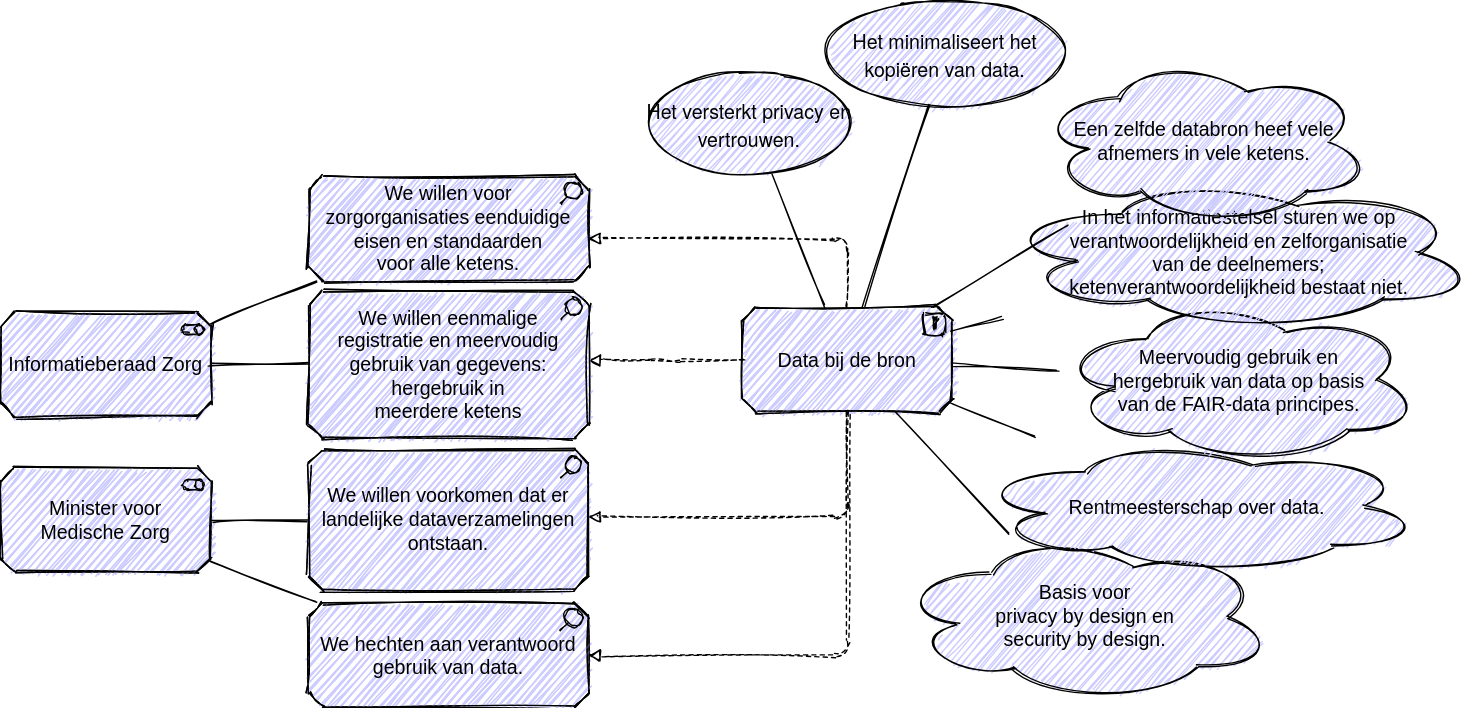
Above: .gitbook/assets/motivation/federateddata.svg in dizra/docs (draw.io), before the change. Source tidied: cells renumbered, new cells last; positions are measured from the earlier drawing's top-left corner, leaving out a move shared by most shapes.
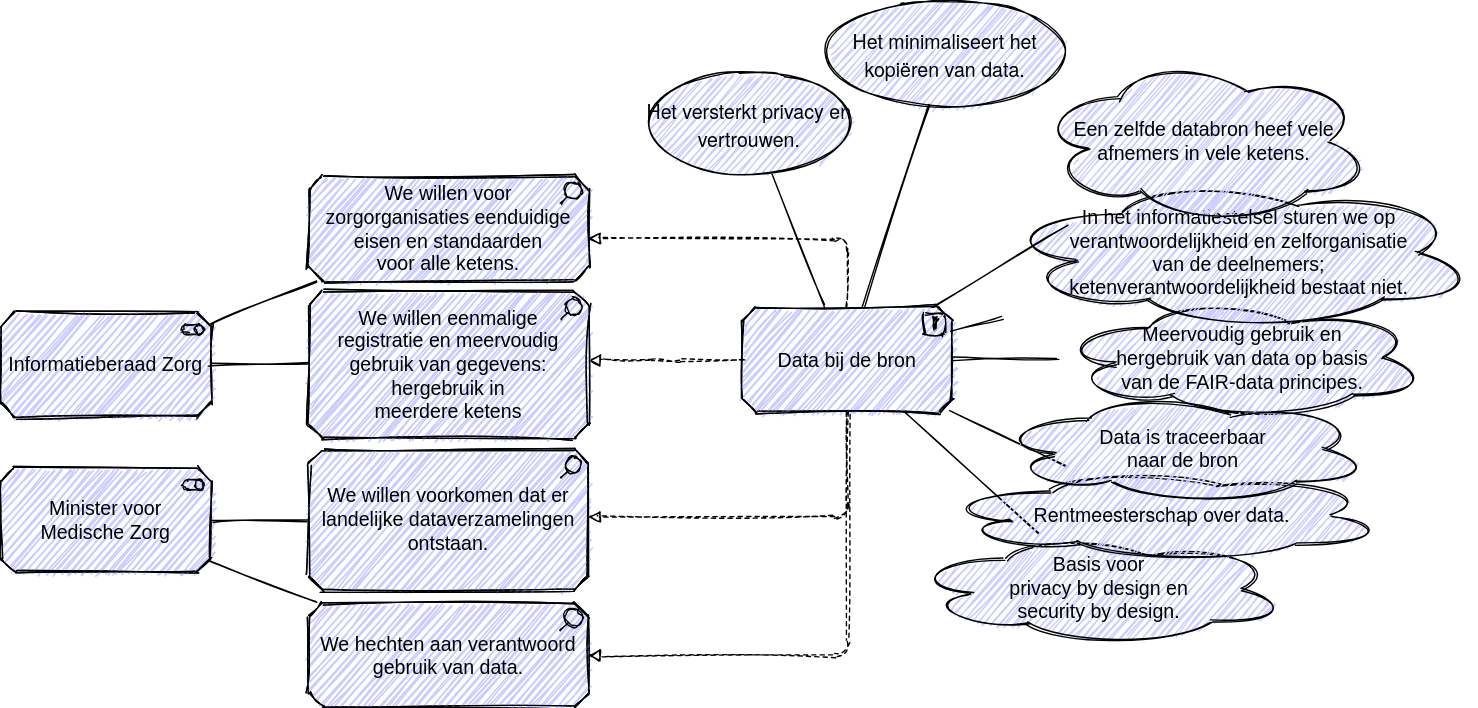
Above is the later version.

The edit, as a diff of the source:
```diff
@@ -12,7 +12,7 @@
       <mxGeometry relative="1" as="geometry" />
     </mxCell>
     <mxCell id="5" value="Basis voor&lt;br style=&quot;font-size: 14px&quot;&gt;privacy by design en &lt;br style=&quot;font-size: 14px&quot;&gt;security by design." style="shape=cloud;html=1;whiteSpace=wrap;fillColor=#CCCCFF;strokeColor=#000000;fontSize=14;fontColor=#000000;sketch=1;" parent="1" vertex="1">
-      <mxGeometry x="640" y="380" width="270" height="120" as="geometry" />
+      <mxGeometry x="650" y="380" width="270" height="80" as="geometry" />
     </mxCell>
     <mxCell id="6" style="endArrow=none;html=1;fontSize=14;sketch=1;" parent="1" edge="1" source="2" target="5">
       <mxGeometry relative="1" as="geometry" />
@@ -21,7 +21,7 @@
       <mxGeometry relative="1" as="geometry" />
     </mxCell>
     <mxCell id="8" value="&lt;span style=&quot;font-size: 14px&quot;&gt;R&lt;/span&gt;&lt;span style=&quot;font-family: &amp;#34;helvetica neue&amp;#34; ; font-size: 14px&quot;&gt;entmeesterschap over data.&lt;/span&gt;" style="shape=cloud;html=1;whiteSpace=wrap;fillColor=#CCCCFF;align=center;strokeColor=#000000;fontSize=14;fontColor=#000000;spacingLeft=30;spacingRight=30;sketch=1;" parent="1" vertex="1">
-      <mxGeometry x="695" y="312.5" width="320" height="96.5" as="geometry" />
+      <mxGeometry x="670" y="333.5" width="320" height="67.5" as="geometry" />
     </mxCell>
     <mxCell id="9" style="endArrow=none;html=1;fontSize=14;sketch=1;" parent="1" edge="1" source="2" target="8">
       <mxGeometry relative="1" as="geometry" />
@@ -71,7 +71,7 @@
       <mxGeometry relative="1" as="geometry" />
     </mxCell>
     <mxCell id="22" value="Meervoudig gebruik en hergebruik van data op basis van de FAIR-data principes." style="shape=cloud;html=1;whiteSpace=wrap;fillColor=#CCCCFF;strokeColor=#000000;fontSize=14;fontColor=#000000;spacingLeft=30;spacingRight=30;sketch=1;" parent="1" vertex="1">
-      <mxGeometry x="755" y="211.5" width="260" height="120" as="geometry" />
+      <mxGeometry x="755" y="211.5" width="265" height="88.5" as="geometry" />
     </mxCell>
     <mxCell id="23" style="endArrow=none;html=1;fontSize=14;sketch=1;" parent="1" edge="1" source="2" target="22">
       <mxGeometry relative="1" as="geometry" />
@@ -101,5 +101,8 @@
     <mxCell id="30" style="endArrow=none;html=1;sketch=1;" parent="1" edge="1" source="29" target="2">
       <mxGeometry relative="1" as="geometry" />
     </mxCell>
+    <mxCell id="31" value="&lt;span&gt;Data is traceerbaar &lt;br&gt;naar de bron&lt;/span&gt;" style="shape=cloud;html=1;whiteSpace=wrap;fillColor=#CCCCFF;strokeColor=#000000;fontSize=14;fontColor=#000000;sketch=1;" parent="1" vertex="1">
+      <mxGeometry x="710" y="280" width="270" height="80" as="geometry" />
+    </mxCell>
   </root>
 </mxGraphModel>
```
